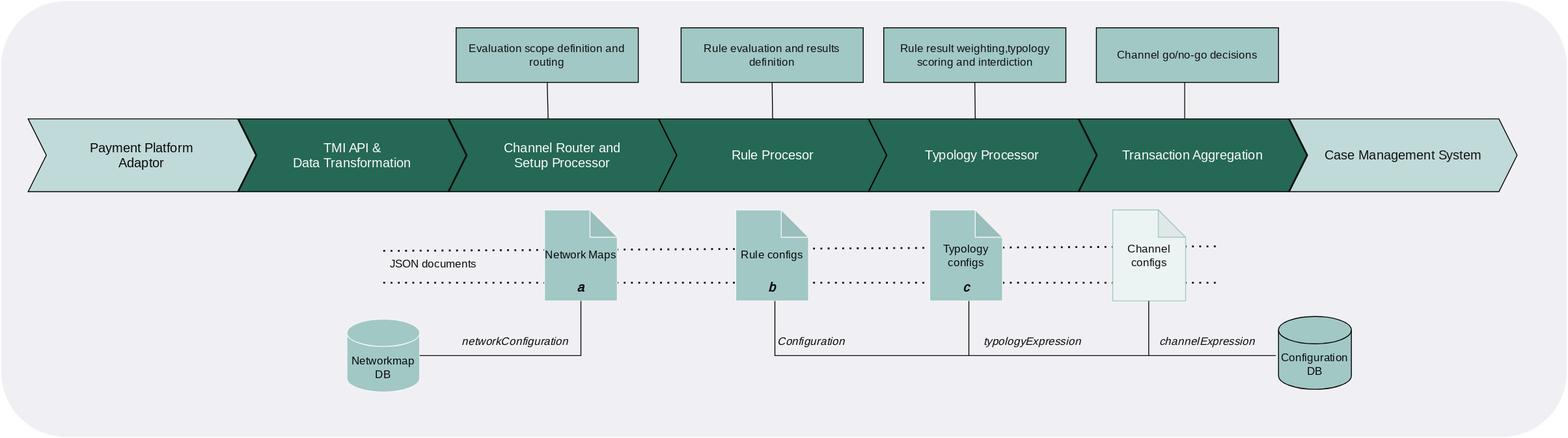
Above: images/tazama-core-components-config.drawio.svg in tazama-lf/docs (draw.io), before the change. Source tidied: cells renumbered, new cells last; positions are measured from the earlier drawing's top-left corner, leaving out a move shared by most shapes. Its diagram source:
```xml
<mxGraphModel>
  <root>
    <mxCell id="0" />
    <mxCell id="1" parent="0" />
    <mxCell id="2" style="rounded=1;whiteSpace=wrap;html=1;strokeColor=#ffffff;fontFamily=Open Sans;fillColor=#f0f0f4;fontSource=https%3A%2F%2Ffonts.googleapis.com%2Fcss%3Ffamily%3DOpen%2BSans;" parent="1" vertex="1">
      <mxGeometry width="1720" height="480" as="geometry" />
    </mxCell>
    <mxCell id="3" style="endArrow=none;dashed=1;html=1;dashPattern=1 3;strokeWidth=2;rounded=0;exitX=0;exitY=0;exitDx=0;exitDy=0;fontFamily=Open Sans;fontColor=#0a0a0a;strokeColor=#050505;fontSource=https%3A%2F%2Ffonts.googleapis.com%2Fcss%3Ffamily%3DOpen%2BSans;" parent="1" edge="1" source="26">
      <mxGeometry relative="1" as="geometry">
        <mxPoint x="1340" y="270" as="targetPoint" />
      </mxGeometry>
    </mxCell>
    <mxCell id="4" style="endArrow=none;dashed=1;html=1;dashPattern=1 3;strokeWidth=2;rounded=0;fontFamily=Open Sans;fontColor=#0a0a0a;strokeColor=#050505;fontSource=https%3A%2F%2Ffonts.googleapis.com%2Fcss%3Ffamily%3DOpen%2BSans;" parent="1" edge="1">
      <mxGeometry relative="1" as="geometry">
        <mxPoint x="420" y="310" as="sourcePoint" />
        <mxPoint x="1340" y="310" as="targetPoint" />
      </mxGeometry>
    </mxCell>
    <mxCell id="5" value="Payment Platform&amp;nbsp;&lt;div style=&quot;font-size: 14px;&quot;&gt;Adaptor&lt;/div&gt;" style="shape=step;perimeter=stepPerimeter;whiteSpace=wrap;html=1;fixedSize=1;fillColor=#c0dad9;fontFamily=Open Sans;align=center;verticalAlign=middle;fontColor=#0a0a0a;fontSize=14;fontSource=https%3A%2F%2Ffonts.googleapis.com%2Fcss%3Ffamily%3DOpen%2BSans;" parent="1" vertex="1">
      <mxGeometry x="30" y="130" width="250" height="80" as="geometry" />
    </mxCell>
    <mxCell id="6" value="TMI API &amp;amp;&lt;div style=&quot;font-size: 14px;&quot;&gt;Data Transformation&lt;/div&gt;" style="shape=step;perimeter=stepPerimeter;whiteSpace=wrap;html=1;fixedSize=1;fillColor=#256855;fontFamily=Open Sans;align=center;verticalAlign=middle;fontColor=#fafafa;fontSize=14;fontSource=https%3A%2F%2Ffonts.googleapis.com%2Fcss%3Ffamily%3DOpen%2BSans;" parent="1" vertex="1">
      <mxGeometry x="261" y="130" width="250" height="80" as="geometry" />
    </mxCell>
    <mxCell id="7" value="Case Management System" style="shape=step;perimeter=stepPerimeter;whiteSpace=wrap;html=1;fixedSize=1;fillColor=#c0dad9;fontFamily=Open Sans;align=center;verticalAlign=middle;fontColor=#121212;fontSize=14;fontSource=https%3A%2F%2Ffonts.googleapis.com%2Fcss%3Ffamily%3DOpen%2BSans;" parent="1" vertex="1">
      <mxGeometry x="1415" y="130" width="250" height="80" as="geometry" />
    </mxCell>
    <mxCell id="8" value="Rule Procesor" style="shape=step;perimeter=stepPerimeter;whiteSpace=wrap;html=1;fixedSize=1;fillColor=#256855;fontFamily=Open Sans;align=center;verticalAlign=middle;fontColor=#fafafa;fontSize=14;fontSource=https%3A%2F%2Ffonts.googleapis.com%2Fcss%3Ffamily%3DOpen%2BSans;" parent="1" vertex="1">
      <mxGeometry x="722.5" y="130" width="250" height="80" as="geometry" />
    </mxCell>
    <mxCell id="9" value="Typology Processor" style="shape=step;perimeter=stepPerimeter;whiteSpace=wrap;html=1;fixedSize=1;fillColor=#256855;fontFamily=Open Sans;align=center;verticalAlign=middle;fontColor=#fafafa;fontSize=14;fontSource=https%3A%2F%2Ffonts.googleapis.com%2Fcss%3Ffamily%3DOpen%2BSans;" parent="1" vertex="1">
      <mxGeometry x="953" y="130" width="250" height="80" as="geometry" />
    </mxCell>
    <mxCell id="10" value="Transaction Aggregation" style="shape=step;perimeter=stepPerimeter;whiteSpace=wrap;html=1;fixedSize=1;fillColor=#256855;fontFamily=Open Sans;align=center;verticalAlign=middle;fontColor=#fafafa;fontSize=14;fontSource=https%3A%2F%2Ffonts.googleapis.com%2Fcss%3Ffamily%3DOpen%2BSans;" parent="1" vertex="1">
      <mxGeometry x="1184" y="130" width="250" height="80" as="geometry" />
    </mxCell>
    <mxCell id="11" value="Channel Router and&amp;nbsp;&lt;div style=&quot;font-size: 14px;&quot;&gt;Setup Processor&lt;/div&gt;" style="shape=step;perimeter=stepPerimeter;whiteSpace=wrap;html=1;fixedSize=1;fillColor=#256855;fontFamily=Open Sans;align=center;verticalAlign=middle;fontColor=#fafafa;fontSize=14;fontSource=https%3A%2F%2Ffonts.googleapis.com%2Fcss%3Ffamily%3DOpen%2BSans;" parent="1" vertex="1">
      <mxGeometry x="492" y="130" width="250" height="80" as="geometry" />
    </mxCell>
    <mxCell id="12" value="Networkmap DB" style="shape=cylinder3;whiteSpace=wrap;html=1;boundedLbl=1;backgroundOutline=1;size=15;fillColor=#a1c8c5;fontFamily=Open Sans;fontColor=#0a0a0a;strokeColor=#f5f5f5;fontSource=https%3A%2F%2Ffonts.googleapis.com%2Fcss%3Ffamily%3DOpen%2BSans;" parent="1" vertex="1">
      <mxGeometry x="380" y="350" width="80" height="80" as="geometry" />
    </mxCell>
    <mxCell id="13" value="Network Maps" style="shape=note;whiteSpace=wrap;html=1;backgroundOutline=1;darkOpacity=0.05;fillColor=#a1c8c5;fontFamily=Open Sans;fontColor=#0a0a0a;strokeColor=#f5f5f5;fontSource=https%3A%2F%2Ffonts.googleapis.com%2Fcss%3Ffamily%3DOpen%2BSans;" parent="1" vertex="1">
      <mxGeometry x="597" y="230" width="80" height="100" as="geometry" />
    </mxCell>
    <mxCell id="14" value="Channel configs" style="shape=note;whiteSpace=wrap;html=1;backgroundOutline=1;darkOpacity=0.05;fillColor=#ecf4f3;fontFamily=Open Sans;fontColor=#0d0d0d;strokeColor=#a1c8c5;fontSource=https%3A%2F%2Ffonts.googleapis.com%2Fcss%3Ffamily%3DOpen%2BSans;" parent="1" vertex="1">
      <mxGeometry x="1221" y="230" width="80" height="100" as="geometry" />
    </mxCell>
    <mxCell id="15" value="Rule configs" style="shape=note;whiteSpace=wrap;html=1;backgroundOutline=1;darkOpacity=0.05;fillColor=#a1c8c5;fontFamily=Open Sans;fontColor=#0a0a0a;strokeColor=#f5f5f5;fontSource=https%3A%2F%2Ffonts.googleapis.com%2Fcss%3Ffamily%3DOpen%2BSans;" parent="1" vertex="1">
      <mxGeometry x="807" y="230" width="80" height="100" as="geometry" />
    </mxCell>
    <mxCell id="16" value="Typology configs" style="shape=note;whiteSpace=wrap;html=1;backgroundOutline=1;darkOpacity=0.05;fillColor=#a1c8c5;fontFamily=Open Sans;fontColor=#0a0a0a;strokeColor=#f5f5f5;fontSource=https%3A%2F%2Ffonts.googleapis.com%2Fcss%3Ffamily%3DOpen%2BSans;" parent="1" vertex="1">
      <mxGeometry x="1020" y="230" width="80" height="100" as="geometry" />
    </mxCell>
    <mxCell id="17" value="Configuration DB" style="shape=cylinder3;whiteSpace=wrap;html=1;boundedLbl=1;backgroundOutline=1;size=15;fillColor=#a1c8c5;fontFamily=Open Sans;fontColor=#0d0d0d;fontSource=https%3A%2F%2Ffonts.googleapis.com%2Fcss%3Ffamily%3DOpen%2BSans;" parent="1" vertex="1">
      <mxGeometry x="1403" y="347" width="80" height="80" as="geometry" />
    </mxCell>
    <mxCell id="18" value="&lt;font&gt;Evaluation scope definition and routing&lt;/font&gt;" style="rounded=0;whiteSpace=wrap;html=1;fillColor=#a1c8c5;fontFamily=Open Sans;fontColor=#121212;fontSource=https%3A%2F%2Ffonts.googleapis.com%2Fcss%3Ffamily%3DOpen%2BSans;" parent="1" vertex="1">
      <mxGeometry x="500" y="30" width="200" height="60" as="geometry" />
    </mxCell>
    <mxCell id="19" value="&lt;font&gt;Channel go/no-go decisions&lt;/font&gt;" style="rounded=0;whiteSpace=wrap;html=1;fillColor=#a1c8c5;fontFamily=Open Sans;fontColor=#121212;fontSource=https%3A%2F%2Ffonts.googleapis.com%2Fcss%3Ffamily%3DOpen%2BSans;" parent="1" vertex="1">
      <mxGeometry x="1203" y="30" width="200" height="60" as="geometry" />
    </mxCell>
    <mxCell id="20" value="&lt;font&gt;Rule result weighting,typology scoring and interdiction&lt;/font&gt;" style="rounded=0;whiteSpace=wrap;html=1;fillColor=#a1c8c5;fontFamily=Open Sans;fontColor=#121212;fontSource=https%3A%2F%2Ffonts.googleapis.com%2Fcss%3Ffamily%3DOpen%2BSans;" parent="1" vertex="1">
      <mxGeometry x="969.5" y="30" width="200" height="60" as="geometry" />
    </mxCell>
    <mxCell id="21" value="&lt;font&gt;Rule evaluation and results definition&lt;/font&gt;" style="rounded=0;whiteSpace=wrap;html=1;fillColor=#a1c8c5;fontFamily=Open Sans;fontColor=#121212;fontSource=https%3A%2F%2Ffonts.googleapis.com%2Fcss%3Ffamily%3DOpen%2BSans;" parent="1" vertex="1">
      <mxGeometry x="747" y="30" width="200" height="60" as="geometry" />
    </mxCell>
    <mxCell id="22" value="networkConfiguration" style="text;html=1;align=center;verticalAlign=middle;whiteSpace=wrap;rounded=0;fontFamily=Open Sans;fontStyle=2;fontColor=#0a0a0a;fontSource=https%3A%2F%2Ffonts.googleapis.com%2Fcss%3Ffamily%3DOpen%2BSans;" parent="1" vertex="1">
      <mxGeometry x="500" y="360" width="130" height="30" as="geometry" />
    </mxCell>
    <mxCell id="23" value="Configuration" style="text;html=1;align=center;verticalAlign=middle;whiteSpace=wrap;rounded=0;fontFamily=Open Sans;fontStyle=2;fontColor=#0a0a0a;fontSource=https%3A%2F%2Ffonts.googleapis.com%2Fcss%3Ffamily%3DOpen%2BSans;" parent="1" vertex="1">
      <mxGeometry x="860" y="360" width="60" height="30" as="geometry" />
    </mxCell>
    <mxCell id="24" value="typologyExpression" style="text;html=1;align=center;verticalAlign=middle;whiteSpace=wrap;rounded=0;fontFamily=Open Sans;fontStyle=2;fontColor=#0a0a0a;fontSource=https%3A%2F%2Ffonts.googleapis.com%2Fcss%3Ffamily%3DOpen%2BSans;" parent="1" vertex="1">
      <mxGeometry x="1063" y="360" width="140" height="30" as="geometry" />
    </mxCell>
    <mxCell id="25" value="channelExpression" style="text;html=1;align=center;verticalAlign=middle;whiteSpace=wrap;rounded=0;fontFamily=Open Sans;fontStyle=2;fontColor=#0d0d0d;fontSource=https%3A%2F%2Ffonts.googleapis.com%2Fcss%3Ffamily%3DOpen%2BSans;" parent="1" vertex="1">
      <mxGeometry x="1270" y="360" width="110" height="30" as="geometry" />
    </mxCell>
    <mxCell id="26" value="JSON documents" style="text;html=1;align=center;verticalAlign=middle;whiteSpace=wrap;rounded=0;fontFamily=Open Sans;fontColor=#0d0c0c;fontSource=https%3A%2F%2Ffonts.googleapis.com%2Fcss%3Ffamily%3DOpen%2BSans;" parent="1" vertex="1">
      <mxGeometry x="420" y="275" width="110" height="30" as="geometry" />
    </mxCell>
    <mxCell id="27" style="endArrow=none;html=1;rounded=0;exitX=0.5;exitY=0;exitDx=0;exitDy=0;entryX=0.5;entryY=1;entryDx=0;entryDy=0;fontFamily=Open Sans;strokeColor=#0a0a0a;fontSource=https%3A%2F%2Ffonts.googleapis.com%2Fcss%3Ffamily%3DOpen%2BSans;" parent="1" edge="1" source="8" target="21">
      <mxGeometry relative="1" as="geometry" />
    </mxCell>
    <mxCell id="28" style="endArrow=none;html=1;rounded=0;exitX=0.5;exitY=0;exitDx=0;exitDy=0;entryX=0.5;entryY=1;entryDx=0;entryDy=0;fontFamily=Open Sans;strokeColor=#0a0a0a;fontSource=https%3A%2F%2Ffonts.googleapis.com%2Fcss%3Ffamily%3DOpen%2BSans;" parent="1" edge="1">
      <mxGeometry relative="1" as="geometry">
        <mxPoint x="601" y="130" as="sourcePoint" />
        <mxPoint x="600" y="90" as="targetPoint" />
      </mxGeometry>
    </mxCell>
    <mxCell id="29" style="endArrow=none;html=1;rounded=0;exitX=0.468;exitY=0;exitDx=0;exitDy=0;entryX=0.5;entryY=1;entryDx=0;entryDy=0;exitPerimeter=0;fontFamily=Open Sans;strokeColor=#0a0a0a;fontSource=https%3A%2F%2Ffonts.googleapis.com%2Fcss%3Ffamily%3DOpen%2BSans;" parent="1" edge="1" source="9" target="20">
      <mxGeometry relative="1" as="geometry" />
    </mxCell>
    <mxCell id="30" style="endArrow=none;html=1;rounded=0;exitX=0.468;exitY=0;exitDx=0;exitDy=0;entryX=0.5;entryY=1;entryDx=0;entryDy=0;exitPerimeter=0;fontFamily=Open Sans;strokeColor=#171717;fontSource=https%3A%2F%2Ffonts.googleapis.com%2Fcss%3Ffamily%3DOpen%2BSans;" parent="1" edge="1">
      <mxGeometry relative="1" as="geometry">
        <mxPoint x="1300" y="130" as="sourcePoint" />
        <mxPoint x="1300" y="90" as="targetPoint" />
      </mxGeometry>
    </mxCell>
    <mxCell id="31" style="endArrow=none;html=1;rounded=0;exitX=1;exitY=0.5;exitDx=0;exitDy=0;exitPerimeter=0;entryX=0.5;entryY=1;entryDx=0;entryDy=0;entryPerimeter=0;fontFamily=Open Sans;fontColor=#0a0a0a;strokeColor=#0a0a0a;fontSource=https%3A%2F%2Ffonts.googleapis.com%2Fcss%3Ffamily%3DOpen%2BSans;" parent="1" edge="1" source="12" target="13">
      <mxGeometry relative="1" as="geometry">
        <Array as="points">
          <mxPoint x="637" y="390" />
        </Array>
      </mxGeometry>
    </mxCell>
    <mxCell id="32" style="endArrow=none;html=1;rounded=0;fontFamily=Open Sans;fontColor=#0a0a0a;strokeColor=#0a0a0a;fontSource=https%3A%2F%2Ffonts.googleapis.com%2Fcss%3Ffamily%3DOpen%2BSans;" parent="1" edge="1">
      <mxGeometry relative="1" as="geometry">
        <mxPoint x="1400" y="390" as="sourcePoint" />
        <mxPoint x="850" y="330" as="targetPoint" />
        <Array as="points">
          <mxPoint x="850" y="390" />
        </Array>
      </mxGeometry>
    </mxCell>
    <mxCell id="33" style="endArrow=none;html=1;rounded=0;fontFamily=Open Sans;fontColor=#0a0a0a;strokeColor=#0a0a0a;fontSource=https%3A%2F%2Ffonts.googleapis.com%2Fcss%3Ffamily%3DOpen%2BSans;" parent="1" edge="1">
      <mxGeometry relative="1" as="geometry">
        <mxPoint x="1063" y="390" as="sourcePoint" />
        <mxPoint x="1063" y="330" as="targetPoint" />
      </mxGeometry>
    </mxCell>
    <mxCell id="34" style="endArrow=none;html=1;rounded=0;fontFamily=Open Sans;strokeColor=#0d0d0d;fontSource=https%3A%2F%2Ffonts.googleapis.com%2Fcss%3Ffamily%3DOpen%2BSans;" parent="1" edge="1">
      <mxGeometry relative="1" as="geometry">
        <mxPoint x="1260.5" y="390" as="sourcePoint" />
        <mxPoint x="1260.5" y="330" as="targetPoint" />
      </mxGeometry>
    </mxCell>
    <mxCell id="35" value="&lt;i&gt;&lt;b&gt;&lt;font style=&quot;font-size: 14px;&quot;&gt;a&lt;/font&gt;&lt;/b&gt;&lt;/i&gt;" style="text;html=1;strokeColor=none;fillColor=none;align=center;verticalAlign=middle;whiteSpace=wrap;rounded=0;fontColor=#0a0a0a;fontFamily=Open Sans;fontSource=https%3A%2F%2Ffonts.googleapis.com%2Fcss%3Ffamily%3DOpen%2BSans;" parent="1" vertex="1">
      <mxGeometry x="607" y="300" width="60" height="30" as="geometry" />
    </mxCell>
    <mxCell id="36" value="&lt;i&gt;&lt;b&gt;&lt;font style=&quot;font-size: 14px;&quot;&gt;b&lt;/font&gt;&lt;/b&gt;&lt;/i&gt;" style="text;html=1;strokeColor=none;fillColor=none;align=center;verticalAlign=middle;whiteSpace=wrap;rounded=0;fontColor=#0a0a0a;fontFamily=Open Sans;fontSource=https%3A%2F%2Ffonts.googleapis.com%2Fcss%3Ffamily%3DOpen%2BSans;" parent="1" vertex="1">
      <mxGeometry x="817" y="300" width="60" height="30" as="geometry" />
    </mxCell>
    <mxCell id="37" value="&lt;i&gt;&lt;b&gt;&lt;font style=&quot;font-size: 14px;&quot;&gt;c&lt;/font&gt;&lt;/b&gt;&lt;/i&gt;" style="text;html=1;strokeColor=none;fillColor=none;align=center;verticalAlign=middle;whiteSpace=wrap;rounded=0;fontColor=#0a0a0a;fontFamily=Open Sans;fontSource=https%3A%2F%2Ffonts.googleapis.com%2Fcss%3Ffamily%3DOpen%2BSans;" parent="1" vertex="1">
      <mxGeometry x="1030" y="300" width="60" height="30" as="geometry" />
    </mxCell>
  </root>
</mxGraphModel>
```
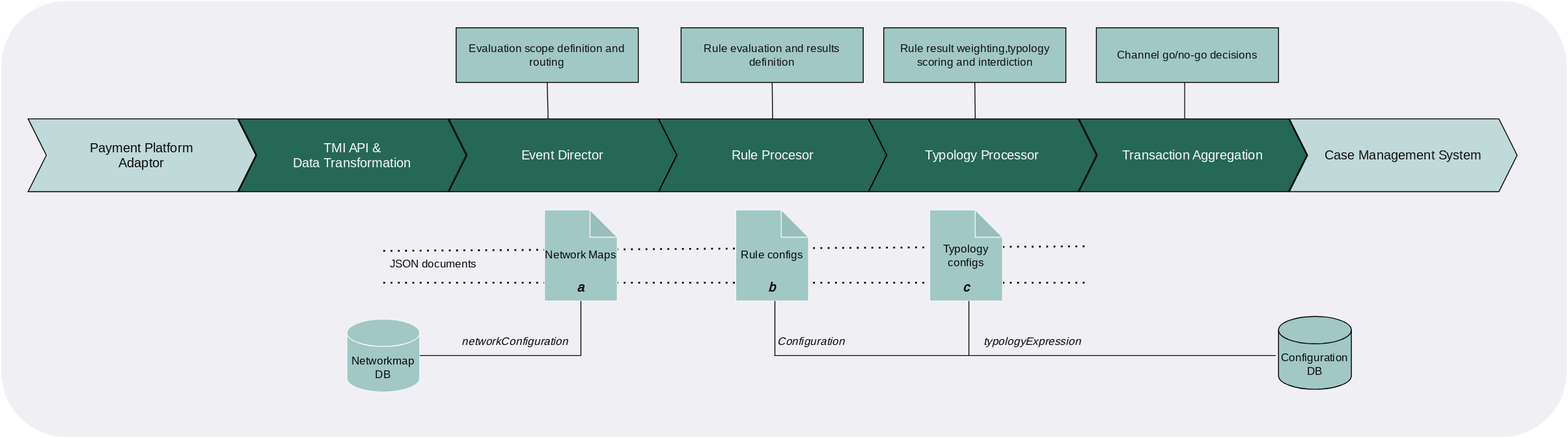
The same file after the commit.

Change to the diagram source:
```diff
@@ -7,13 +7,13 @@
     </mxCell>
     <mxCell id="3" style="endArrow=none;dashed=1;html=1;dashPattern=1 3;strokeWidth=2;rounded=0;exitX=0;exitY=0;exitDx=0;exitDy=0;fontFamily=Open Sans;fontColor=#0a0a0a;strokeColor=#050505;fontSource=https%3A%2F%2Ffonts.googleapis.com%2Fcss%3Ffamily%3DOpen%2BSans;" parent="1" edge="1" source="26">
       <mxGeometry relative="1" as="geometry">
-        <mxPoint x="1340" y="270" as="targetPoint" />
+        <mxPoint x="1190" y="270" as="targetPoint" />
       </mxGeometry>
     </mxCell>
     <mxCell id="4" style="endArrow=none;dashed=1;html=1;dashPattern=1 3;strokeWidth=2;rounded=0;fontFamily=Open Sans;fontColor=#0a0a0a;strokeColor=#050505;fontSource=https%3A%2F%2Ffonts.googleapis.com%2Fcss%3Ffamily%3DOpen%2BSans;" parent="1" edge="1">
       <mxGeometry relative="1" as="geometry">
         <mxPoint x="420" y="310" as="sourcePoint" />
-        <mxPoint x="1340" y="310" as="targetPoint" />
+        <mxPoint x="1190" y="310" as="targetPoint" />
       </mxGeometry>
     </mxCell>
     <mxCell id="5" value="Payment Platform&amp;nbsp;&lt;div style=&quot;font-size: 14px;&quot;&gt;Adaptor&lt;/div&gt;" style="shape=step;perimeter=stepPerimeter;whiteSpace=wrap;html=1;fixedSize=1;fillColor=#c0dad9;fontFamily=Open Sans;align=center;verticalAlign=middle;fontColor=#0a0a0a;fontSize=14;fontSource=https%3A%2F%2Ffonts.googleapis.com%2Fcss%3Ffamily%3DOpen%2BSans;" parent="1" vertex="1">
@@ -34,7 +34,7 @@
     <mxCell id="10" value="Transaction Aggregation" style="shape=step;perimeter=stepPerimeter;whiteSpace=wrap;html=1;fixedSize=1;fillColor=#256855;fontFamily=Open Sans;align=center;verticalAlign=middle;fontColor=#fafafa;fontSize=14;fontSource=https%3A%2F%2Ffonts.googleapis.com%2Fcss%3Ffamily%3DOpen%2BSans;" parent="1" vertex="1">
       <mxGeometry x="1184" y="130" width="250" height="80" as="geometry" />
     </mxCell>
-    <mxCell id="11" value="Channel Router and&amp;nbsp;&lt;div style=&quot;font-size: 14px;&quot;&gt;Setup Processor&lt;/div&gt;" style="shape=step;perimeter=stepPerimeter;whiteSpace=wrap;html=1;fixedSize=1;fillColor=#256855;fontFamily=Open Sans;align=center;verticalAlign=middle;fontColor=#fafafa;fontSize=14;fontSource=https%3A%2F%2Ffonts.googleapis.com%2Fcss%3Ffamily%3DOpen%2BSans;" parent="1" vertex="1">
+    <mxCell id="11" value="Event Director" style="shape=step;perimeter=stepPerimeter;whiteSpace=wrap;html=1;fixedSize=1;fillColor=#256855;fontFamily=Open Sans;align=center;verticalAlign=middle;fontColor=#fafafa;fontSize=14;fontSource=https%3A%2F%2Ffonts.googleapis.com%2Fcss%3Ffamily%3DOpen%2BSans;" parent="1" vertex="1">
       <mxGeometry x="492" y="130" width="250" height="80" as="geometry" />
     </mxCell>
     <mxCell id="12" value="Networkmap DB" style="shape=cylinder3;whiteSpace=wrap;html=1;boundedLbl=1;backgroundOutline=1;size=15;fillColor=#a1c8c5;fontFamily=Open Sans;fontColor=#0a0a0a;strokeColor=#f5f5f5;fontSource=https%3A%2F%2Ffonts.googleapis.com%2Fcss%3Ffamily%3DOpen%2BSans;" parent="1" vertex="1">
@@ -43,9 +43,6 @@
     <mxCell id="13" value="Network Maps" style="shape=note;whiteSpace=wrap;html=1;backgroundOutline=1;darkOpacity=0.05;fillColor=#a1c8c5;fontFamily=Open Sans;fontColor=#0a0a0a;strokeColor=#f5f5f5;fontSource=https%3A%2F%2Ffonts.googleapis.com%2Fcss%3Ffamily%3DOpen%2BSans;" parent="1" vertex="1">
       <mxGeometry x="597" y="230" width="80" height="100" as="geometry" />
     </mxCell>
-    <mxCell id="14" value="Channel configs" style="shape=note;whiteSpace=wrap;html=1;backgroundOutline=1;darkOpacity=0.05;fillColor=#ecf4f3;fontFamily=Open Sans;fontColor=#0d0d0d;strokeColor=#a1c8c5;fontSource=https%3A%2F%2Ffonts.googleapis.com%2Fcss%3Ffamily%3DOpen%2BSans;" parent="1" vertex="1">
-      <mxGeometry x="1221" y="230" width="80" height="100" as="geometry" />
-    </mxCell>
     <mxCell id="15" value="Rule configs" style="shape=note;whiteSpace=wrap;html=1;backgroundOutline=1;darkOpacity=0.05;fillColor=#a1c8c5;fontFamily=Open Sans;fontColor=#0a0a0a;strokeColor=#f5f5f5;fontSource=https%3A%2F%2Ffonts.googleapis.com%2Fcss%3Ffamily%3DOpen%2BSans;" parent="1" vertex="1">
       <mxGeometry x="807" y="230" width="80" height="100" as="geometry" />
     </mxCell>
@@ -76,9 +73,6 @@
     <mxCell id="24" value="typologyExpression" style="text;html=1;align=center;verticalAlign=middle;whiteSpace=wrap;rounded=0;fontFamily=Open Sans;fontStyle=2;fontColor=#0a0a0a;fontSource=https%3A%2F%2Ffonts.googleapis.com%2Fcss%3Ffamily%3DOpen%2BSans;" parent="1" vertex="1">
       <mxGeometry x="1063" y="360" width="140" height="30" as="geometry" />
     </mxCell>
-    <mxCell id="25" value="channelExpression" style="text;html=1;align=center;verticalAlign=middle;whiteSpace=wrap;rounded=0;fontFamily=Open Sans;fontStyle=2;fontColor=#0d0d0d;fontSource=https%3A%2F%2Ffonts.googleapis.com%2Fcss%3Ffamily%3DOpen%2BSans;" parent="1" vertex="1">
-      <mxGeometry x="1270" y="360" width="110" height="30" as="geometry" />
-    </mxCell>
     <mxCell id="26" value="JSON documents" style="text;html=1;align=center;verticalAlign=middle;whiteSpace=wrap;rounded=0;fontFamily=Open Sans;fontColor=#0d0c0c;fontSource=https%3A%2F%2Ffonts.googleapis.com%2Fcss%3Ffamily%3DOpen%2BSans;" parent="1" vertex="1">
       <mxGeometry x="420" y="275" width="110" height="30" as="geometry" />
     </mxCell>
@@ -122,12 +116,6 @@
         <mxPoint x="1063" y="330" as="targetPoint" />
       </mxGeometry>
     </mxCell>
-    <mxCell id="34" style="endArrow=none;html=1;rounded=0;fontFamily=Open Sans;strokeColor=#0d0d0d;fontSource=https%3A%2F%2Ffonts.googleapis.com%2Fcss%3Ffamily%3DOpen%2BSans;" parent="1" edge="1">
-      <mxGeometry relative="1" as="geometry">
-        <mxPoint x="1260.5" y="390" as="sourcePoint" />
-        <mxPoint x="1260.5" y="330" as="targetPoint" />
-      </mxGeometry>
-    </mxCell>
     <mxCell id="35" value="&lt;i&gt;&lt;b&gt;&lt;font style=&quot;font-size: 14px;&quot;&gt;a&lt;/font&gt;&lt;/b&gt;&lt;/i&gt;" style="text;html=1;strokeColor=none;fillColor=none;align=center;verticalAlign=middle;whiteSpace=wrap;rounded=0;fontColor=#0a0a0a;fontFamily=Open Sans;fontSource=https%3A%2F%2Ffonts.googleapis.com%2Fcss%3Ffamily%3DOpen%2BSans;" parent="1" vertex="1">
       <mxGeometry x="607" y="300" width="60" height="30" as="geometry" />
     </mxCell>
```
